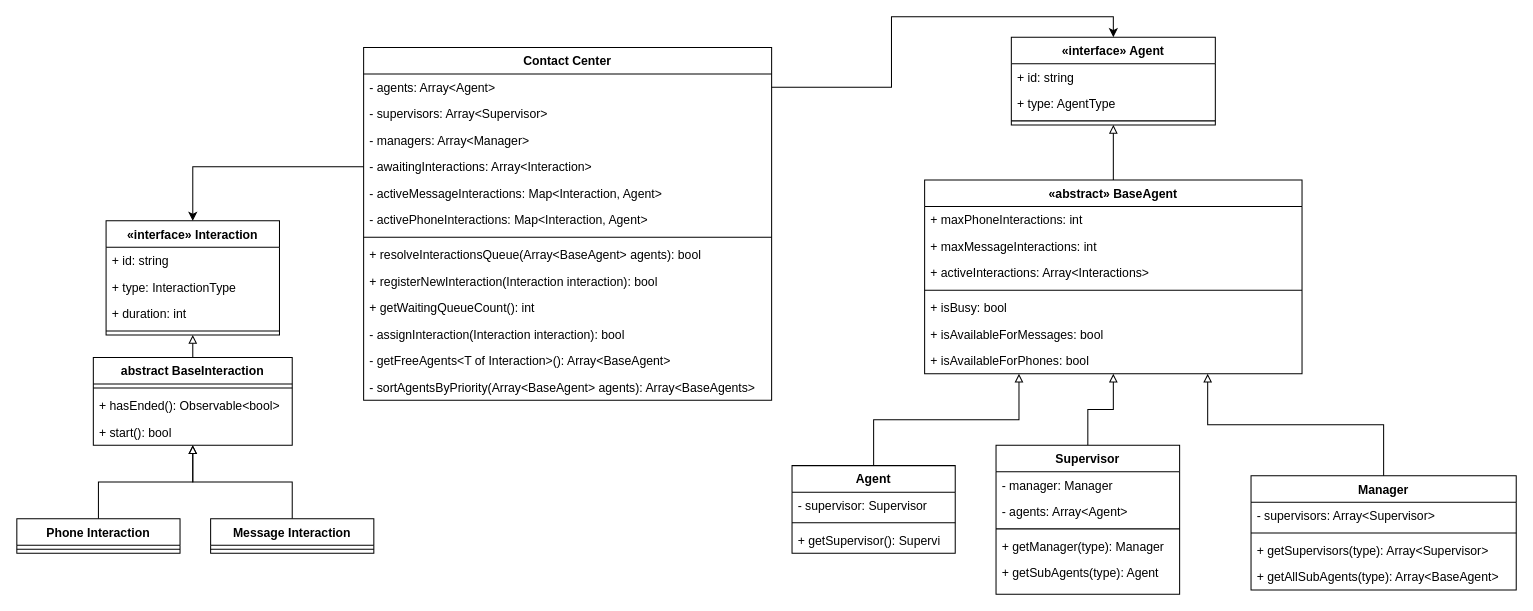
This is Vonage-Challenge.drawio from dvelluto/vonage-challenge, a draw.io file, before an edit. Source tidied: cells renumbered, new cells numbered last; positions are measured from the earlier drawing's top-left corner, leaving out a move shared by most shapes. Both pictures are drawn from the tidied source at 102%, with x=0, y=0 at pixel (16, 37).
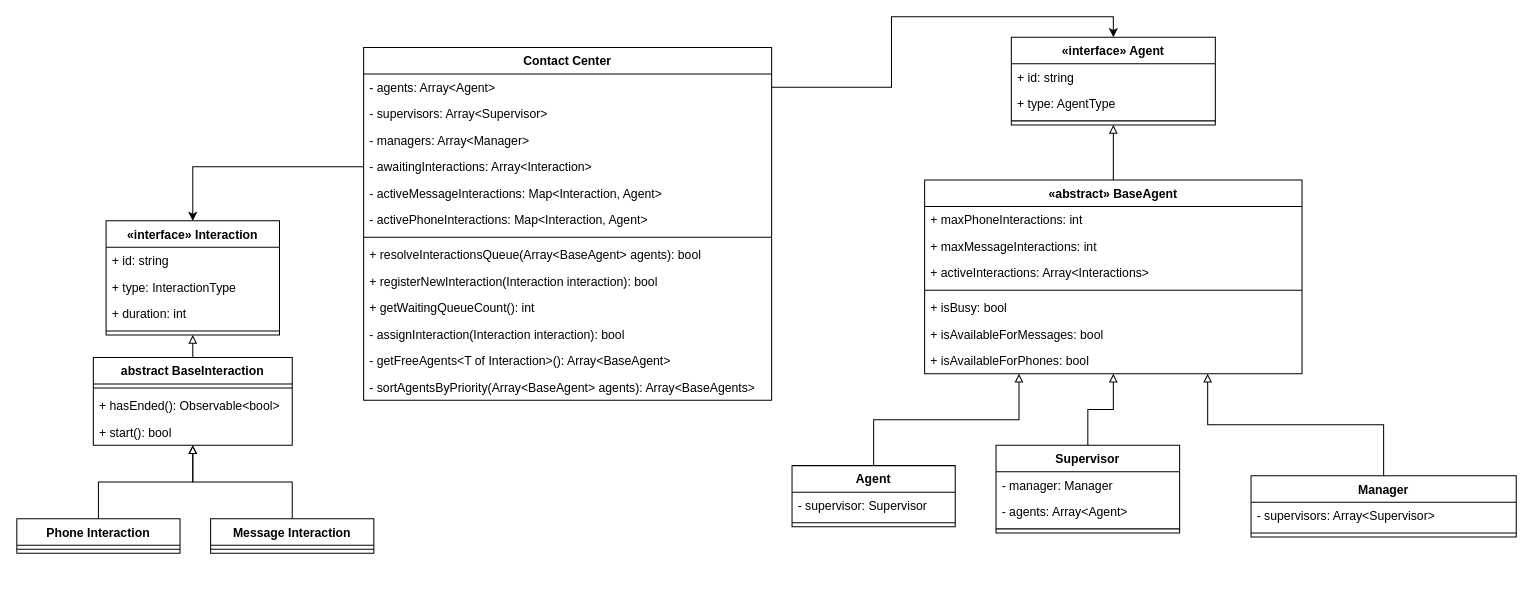
The same page after the edit.

Change to the diagram source:
```diff
@@
     <mxCell id="8" value="Agent" style="swimlane;fontStyle=1;align=center;verticalAlign=top;horizontal=1;startSize=26;" parent="1" vertex="1">
-      <mxGeometry x="760" y="420" width="160" height="86" as="geometry" />
+      <mxGeometry x="760" y="420" width="160" height="60" as="geometry" />
     </mxCell>
@@
-    <mxCell id="11" value="+ getSupervisor(): Supervi" style="text;strokeColor=none;fillColor=none;align=left;verticalAlign=top;spacingLeft=4;spacingRight=4;overflow=hidden;" parent="8" vertex="1">
-      <mxGeometry y="60" width="160" height="26" as="geometry" />
-    </mxCell>
@@
     <mxCell id="13" value="Supervisor" style="swimlane;fontStyle=1;align=center;verticalAlign=top;horizontal=1;startSize=26;" parent="1" vertex="1">
-      <mxGeometry x="960" y="400" width="180" height="146" as="geometry" />
+      <mxGeometry x="960" y="400" width="180" height="86" as="geometry" />
     </mxCell>
@@
-    <mxCell id="17" value="+ getManager(type): Manager" style="text;strokeColor=none;fillColor=none;align=left;verticalAlign=top;spacingLeft=4;spacingRight=4;overflow=hidden;" parent="13" vertex="1">
-      <mxGeometry y="86" width="180" height="26" as="geometry" />
-    </mxCell>
-    <mxCell id="18" value="+ getSubAgents(type): Agent" style="text;strokeColor=none;fillColor=none;align=left;verticalAlign=top;spacingLeft=4;spacingRight=4;overflow=hidden;" parent="13" vertex="1">
-      <mxGeometry y="112" width="180" height="34" as="geometry" />
-    </mxCell>
     <mxCell id="19" value="Manager" style="swimlane;fontStyle=1;align=center;verticalAlign=top;horizontal=1;startSize=26;" parent="1" vertex="1">
-      <mxGeometry x="1210" y="430" width="260" height="112" as="geometry" />
+      <mxGeometry x="1210" y="430" width="260" height="60" as="geometry" />
     </mxCell>
@@
-    <mxCell id="22" value="+ getSupervisors(type): Array&lt;Supervisor&gt;" style="text;strokeColor=none;fillColor=none;align=left;verticalAlign=top;spacingLeft=4;spacingRight=4;overflow=hidden;" parent="19" vertex="1">
-      <mxGeometry y="60" width="260" height="26" as="geometry" />
-    </mxCell>
-    <mxCell id="23" value="+ getAllSubAgents(type): Array&lt;BaseAgent&gt;" style="text;strokeColor=none;fillColor=none;align=left;verticalAlign=top;spacingLeft=4;spacingRight=4;overflow=hidden;" parent="19" vertex="1">
-      <mxGeometry y="86" width="260" height="26" as="geometry" />
-    </mxCell>
```
